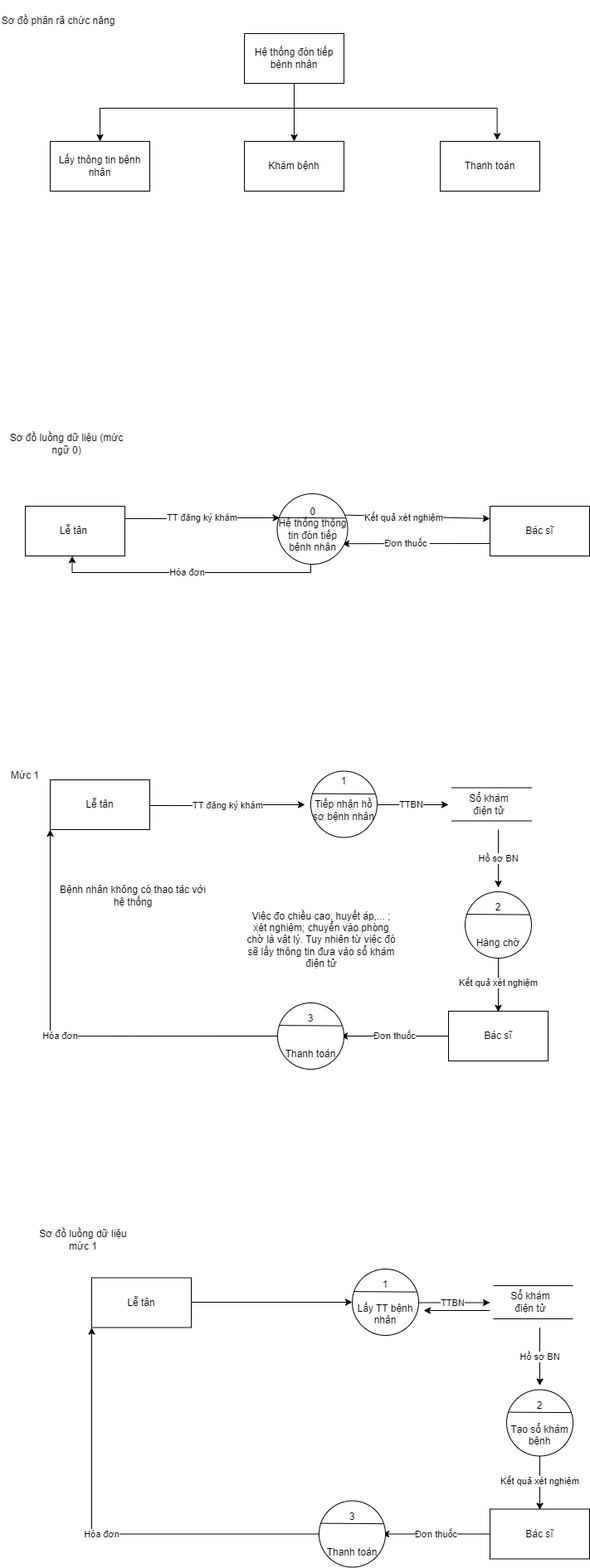
Before: DFD4.png, a diagram exported from draw.io (InfiniteByte1811/branch1). Source tidied: cells renumbered, new cells last; positions are measured from the earlier drawing's top-left corner, leaving out a move shared by most shapes.
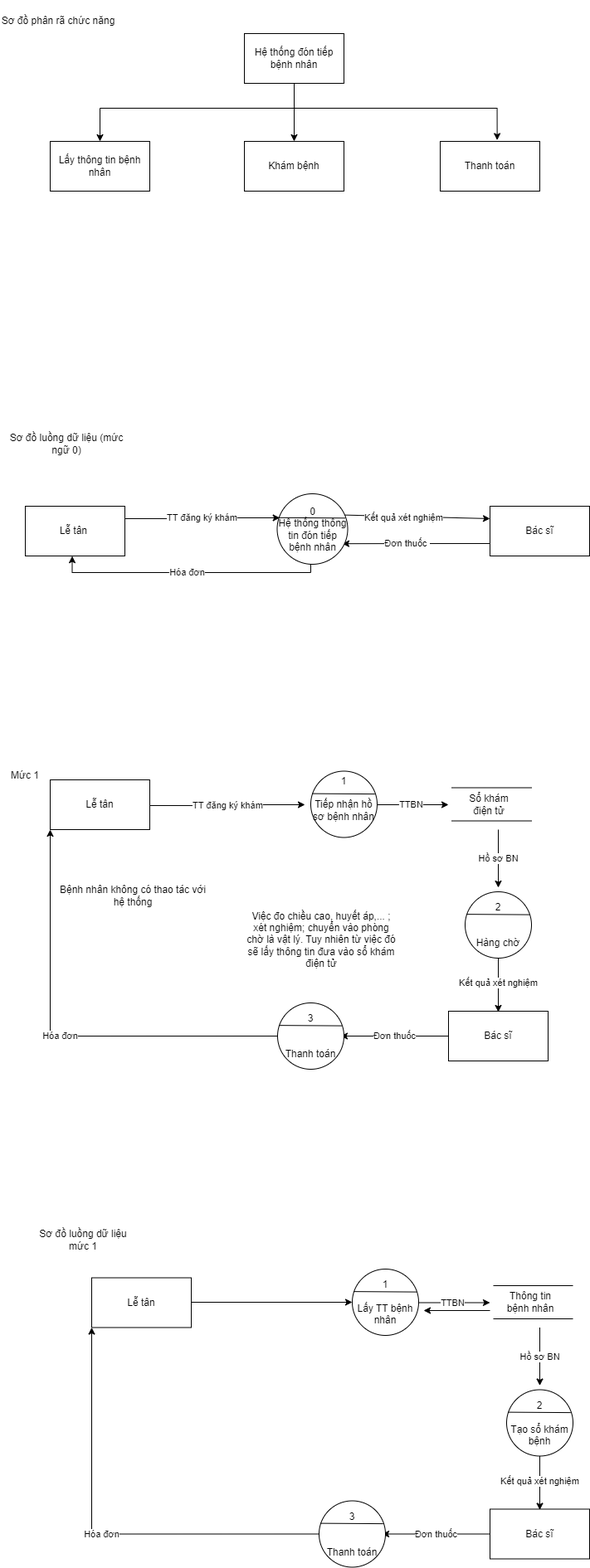
The same diagram one commit later.

Commit message:
Cập nhật DFD4.png

The edit, as a diff of the source:
```diff
@@ -224,7 +224,7 @@
         <mxPoint x="690" y="1590" as="targetPoint" />
       </mxGeometry>
     </mxCell>
-    <mxCell id="52" value="Sổ khám điện tử" style="text;html=1;strokeColor=none;fillColor=none;align=center;verticalAlign=middle;whiteSpace=wrap;rounded=0;" parent="1" vertex="1">
+    <mxCell id="52" value="Thông tin bệnh nhân" style="text;html=1;strokeColor=none;fillColor=none;align=center;verticalAlign=middle;whiteSpace=wrap;rounded=0;" parent="1" vertex="1">
       <mxGeometry x="609" y="1550" width="60" height="40" as="geometry" />
     </mxCell>
     <mxCell id="53" value="1&lt;br&gt;&lt;br&gt;Lấy TT bệnh nhân&lt;br&gt;" style="ellipse;whiteSpace=wrap;html=1;" parent="1" vertex="1">
```
